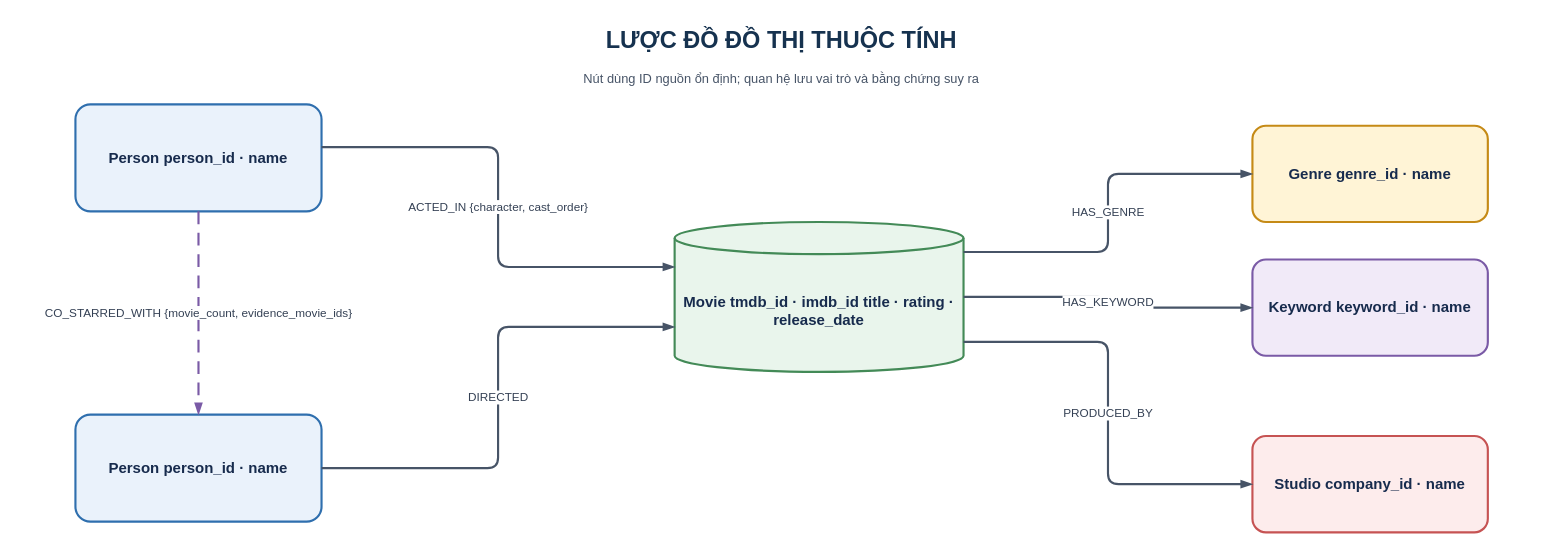
The draw.io diagram report_latex/images/sources/property_graph_schema.drawio in khanhhk/advanced_database, before the edit. Source tidied: cells renumbered, new cells numbered last; positions are measured from the earlier drawing's top-left corner, leaving out a move shared by most shapes. Both pictures are drawn from the tidied source at 107%, with x=0, y=0 at pixel (21, 18).
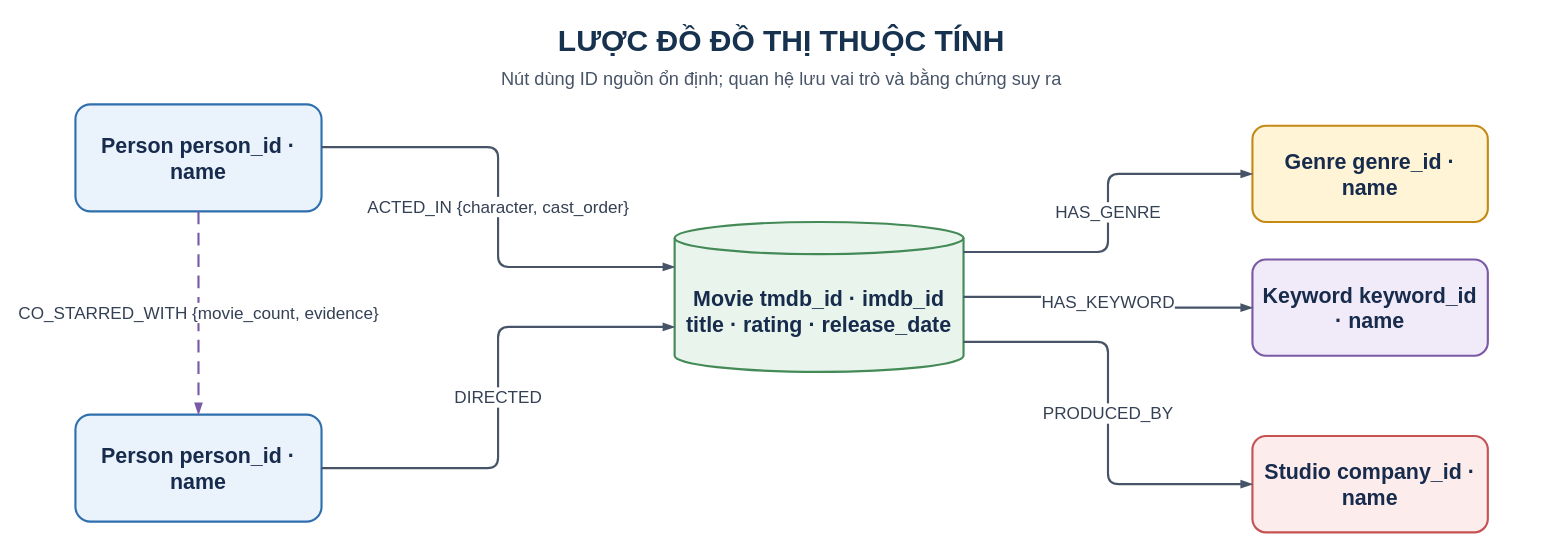
Above is the later version.

Change to the diagram source:
```diff
@@
 <mxGraphModel background="#FFFFFF">
   <root>
     <mxCell id="0" />
     <mxCell id="1" parent="0" />
-    <mxCell id="2" value="LƯỢC ĐỒ ĐỒ THỊ THUỘC TÍNH" style="text;html=1;whiteSpace=wrap;align=center;verticalAlign=middle;fontFamily=Helvetica;fontSize=22;fontColor=#16324F;fontStyle=1;" parent="1" vertex="1">
+    <mxCell id="2" value="LƯỢC ĐỒ ĐỒ THỊ THUỘC TÍNH" style="text;html=1;whiteSpace=wrap;align=center;verticalAlign=middle;fontFamily=Helvetica;fontSize=28;fontColor=#16324F;fontStyle=1;" parent="1" vertex="1">
       <mxGeometry width="1420" height="42" as="geometry" />
     </mxCell>
-    <mxCell id="3" value="Nút dùng ID nguồn ổn định; quan hệ lưu vai trò và bằng chứng suy ra" style="text;html=1;whiteSpace=wrap;align=center;verticalAlign=middle;fontFamily=Helvetica;fontSize=12;fontColor=#475467;" parent="1" vertex="1">
+    <mxCell id="3" value="Nút dùng ID nguồn ổn định; quan hệ lưu vai trò và bằng chứng suy ra" style="text;html=1;whiteSpace=wrap;align=center;verticalAlign=middle;fontFamily=Helvetica;fontSize=17;fontColor=#475467;" parent="1" vertex="1">
       <mxGeometry y="42" width="1420" height="30" as="geometry" />
     </mxCell>
-    <mxCell id="4" value="Movie tmdb_id · imdb_id title · rating · release_date" style="shape=cylinder3;boundedLbl=1;whiteSpace=wrap;html=1;align=center;verticalAlign=middle;spacing=8;fontFamily=Helvetica;fontSize=14;fontColor=#172B4D;fillColor=#E9F5EC;strokeColor=#438A57;strokeWidth=2;fontStyle=1;" parent="1" vertex="1">
+    <mxCell id="4" value="Movie tmdb_id · imdb_id title · rating · release_date" style="shape=cylinder3;boundedLbl=1;whiteSpace=wrap;html=1;align=center;verticalAlign=middle;spacing=8;fontFamily=Helvetica;fontSize=20;fontColor=#172B4D;fillColor=#E9F5EC;strokeColor=#438A57;strokeWidth=2;fontStyle=1;" parent="1" vertex="1">
       <mxGeometry x="610" y="190" width="270" height="140" as="geometry" />
     </mxCell>
-    <mxCell id="5" value="Person person_id · name" style="rounded=1;arcSize=14;whiteSpace=wrap;html=1;align=center;verticalAlign=middle;spacing=8;fontFamily=Helvetica;fontSize=14;fontColor=#172B4D;fillColor=#EAF2FB;strokeColor=#2F6FAE;strokeWidth=2;fontStyle=1;" parent="1" vertex="1">
+    <mxCell id="5" value="Person person_id · name" style="rounded=1;arcSize=14;whiteSpace=wrap;html=1;align=center;verticalAlign=middle;spacing=8;fontFamily=Helvetica;fontSize=20;fontColor=#172B4D;fillColor=#EAF2FB;strokeColor=#2F6FAE;strokeWidth=2;fontStyle=1;" parent="1" vertex="1">
       <mxGeometry x="50" y="80" width="230" height="100" as="geometry" />
     </mxCell>
-    <mxCell id="6" value="Person person_id · name" style="rounded=1;arcSize=14;whiteSpace=wrap;html=1;align=center;verticalAlign=middle;spacing=8;fontFamily=Helvetica;fontSize=14;fontColor=#172B4D;fillColor=#EAF2FB;strokeColor=#2F6FAE;strokeWidth=2;fontStyle=1;" parent="1" vertex="1">
+    <mxCell id="6" value="Person person_id · name" style="rounded=1;arcSize=14;whiteSpace=wrap;html=1;align=center;verticalAlign=middle;spacing=8;fontFamily=Helvetica;fontSize=20;fontColor=#172B4D;fillColor=#EAF2FB;strokeColor=#2F6FAE;strokeWidth=2;fontStyle=1;" parent="1" vertex="1">
       <mxGeometry x="50" y="370" width="230" height="100" as="geometry" />
     </mxCell>
-    <mxCell id="7" value="Genre genre_id · name" style="rounded=1;arcSize=14;whiteSpace=wrap;html=1;align=center;verticalAlign=middle;spacing=8;fontFamily=Helvetica;fontSize=14;fontColor=#172B4D;fillColor=#FFF4D6;strokeColor=#C58A16;strokeWidth=2;fontStyle=1;" parent="1" vertex="1">
+    <mxCell id="7" value="Genre genre_id · name" style="rounded=1;arcSize=14;whiteSpace=wrap;html=1;align=center;verticalAlign=middle;spacing=8;fontFamily=Helvetica;fontSize=20;fontColor=#172B4D;fillColor=#FFF4D6;strokeColor=#C58A16;strokeWidth=2;fontStyle=1;" parent="1" vertex="1">
       <mxGeometry x="1150" y="100" width="220" height="90" as="geometry" />
     </mxCell>
-    <mxCell id="8" value="Keyword keyword_id · name" style="rounded=1;arcSize=14;whiteSpace=wrap;html=1;align=center;verticalAlign=middle;spacing=8;fontFamily=Helvetica;fontSize=14;fontColor=#172B4D;fillColor=#F1EAF8;strokeColor=#7A5AA6;strokeWidth=2;fontStyle=1;" parent="1" vertex="1">
+    <mxCell id="8" value="Keyword keyword_id · name" style="rounded=1;arcSize=14;whiteSpace=wrap;html=1;align=center;verticalAlign=middle;spacing=8;fontFamily=Helvetica;fontSize=20;fontColor=#172B4D;fillColor=#F1EAF8;strokeColor=#7A5AA6;strokeWidth=2;fontStyle=1;" parent="1" vertex="1">
       <mxGeometry x="1150" y="225" width="220" height="90" as="geometry" />
     </mxCell>
-    <mxCell id="9" value="Studio company_id · name" style="rounded=1;arcSize=14;whiteSpace=wrap;html=1;align=center;verticalAlign=middle;spacing=8;fontFamily=Helvetica;fontSize=14;fontColor=#172B4D;fillColor=#FDECEC;strokeColor=#C65353;strokeWidth=2;fontStyle=1;" parent="1" vertex="1">
+    <mxCell id="9" value="Studio company_id · name" style="rounded=1;arcSize=14;whiteSpace=wrap;html=1;align=center;verticalAlign=middle;spacing=8;fontFamily=Helvetica;fontSize=20;fontColor=#172B4D;fillColor=#FDECEC;strokeColor=#C65353;strokeWidth=2;fontStyle=1;" parent="1" vertex="1">
       <mxGeometry x="1150" y="390" width="220" height="90" as="geometry" />
     </mxCell>
-    <mxCell id="10" value="ACTED_IN {character, cast_order}" style="edgeStyle=orthogonalEdgeStyle;rounded=1;jettySize=auto;html=1;strokeColor=#475467;strokeWidth=2;endArrow=blockThin;endFill=1;fontFamily=Helvetica;fontSize=11;fontColor=#344054;labelBackgroundColor=#FFFFFF;exitX=1;exitY=0.4;exitDx=0;exitDy=0;entryX=0;entryY=0.3;entryDx=0;entryDy=0;" parent="1" edge="1" source="5" target="4">
+    <mxCell id="10" value="ACTED_IN {character, cast_order}" style="edgeStyle=orthogonalEdgeStyle;rounded=1;jettySize=auto;html=1;strokeColor=#475467;strokeWidth=2;endArrow=blockThin;endFill=1;fontFamily=Helvetica;fontSize=16;fontColor=#344054;labelBackgroundColor=#FFFFFF;exitX=1;exitY=0.4;exitDx=0;exitDy=0;entryX=0;entryY=0.3;entryDx=0;entryDy=0;" parent="1" edge="1" source="5" target="4">
       <mxGeometry relative="1" as="geometry" />
     </mxCell>
-    <mxCell id="11" value="DIRECTED" style="edgeStyle=orthogonalEdgeStyle;rounded=1;jettySize=auto;html=1;strokeColor=#475467;strokeWidth=2;endArrow=blockThin;endFill=1;fontFamily=Helvetica;fontSize=11;fontColor=#344054;labelBackgroundColor=#FFFFFF;exitX=1;exitY=0.5;exitDx=0;exitDy=0;entryX=0;entryY=0.7;entryDx=0;entryDy=0;" parent="1" edge="1" source="6" target="4">
+    <mxCell id="11" value="DIRECTED" style="edgeStyle=orthogonalEdgeStyle;rounded=1;jettySize=auto;html=1;strokeColor=#475467;strokeWidth=2;endArrow=blockThin;endFill=1;fontFamily=Helvetica;fontSize=16;fontColor=#344054;labelBackgroundColor=#FFFFFF;exitX=1;exitY=0.5;exitDx=0;exitDy=0;entryX=0;entryY=0.7;entryDx=0;entryDy=0;" parent="1" edge="1" source="6" target="4">
       <mxGeometry relative="1" as="geometry" />
     </mxCell>
-    <mxCell id="12" value="HAS_GENRE" style="edgeStyle=orthogonalEdgeStyle;rounded=1;jettySize=auto;html=1;strokeColor=#475467;strokeWidth=2;endArrow=blockThin;endFill=1;fontFamily=Helvetica;fontSize=11;fontColor=#344054;labelBackgroundColor=#FFFFFF;exitX=1;exitY=0.2;exitDx=0;exitDy=0;entryX=0;entryY=0.5;entryDx=0;entryDy=0;" parent="1" edge="1" source="4" target="7">
+    <mxCell id="12" value="HAS_GENRE" style="edgeStyle=orthogonalEdgeStyle;rounded=1;jettySize=auto;html=1;strokeColor=#475467;strokeWidth=2;endArrow=blockThin;endFill=1;fontFamily=Helvetica;fontSize=16;fontColor=#344054;labelBackgroundColor=#FFFFFF;exitX=1;exitY=0.2;exitDx=0;exitDy=0;entryX=0;entryY=0.5;entryDx=0;entryDy=0;" parent="1" edge="1" source="4" target="7">
       <mxGeometry relative="1" as="geometry" />
     </mxCell>
-    <mxCell id="13" value="HAS_KEYWORD" style="edgeStyle=orthogonalEdgeStyle;rounded=1;jettySize=auto;html=1;strokeColor=#475467;strokeWidth=2;endArrow=blockThin;endFill=1;fontFamily=Helvetica;fontSize=11;fontColor=#344054;labelBackgroundColor=#FFFFFF;exitX=1;exitY=0.5;exitDx=0;exitDy=0;entryX=0;entryY=0.5;entryDx=0;entryDy=0;" parent="1" edge="1" source="4" target="8">
+    <mxCell id="13" value="HAS_KEYWORD" style="edgeStyle=orthogonalEdgeStyle;rounded=1;jettySize=auto;html=1;strokeColor=#475467;strokeWidth=2;endArrow=blockThin;endFill=1;fontFamily=Helvetica;fontSize=16;fontColor=#344054;labelBackgroundColor=#FFFFFF;exitX=1;exitY=0.5;exitDx=0;exitDy=0;entryX=0;entryY=0.5;entryDx=0;entryDy=0;" parent="1" edge="1" source="4" target="8">
       <mxGeometry relative="1" as="geometry" />
     </mxCell>
-    <mxCell id="14" value="PRODUCED_BY" style="edgeStyle=orthogonalEdgeStyle;rounded=1;jettySize=auto;html=1;strokeColor=#475467;strokeWidth=2;endArrow=blockThin;endFill=1;fontFamily=Helvetica;fontSize=11;fontColor=#344054;labelBackgroundColor=#FFFFFF;exitX=1;exitY=0.8;exitDx=0;exitDy=0;entryX=0;entryY=0.5;entryDx=0;entryDy=0;" parent="1" edge="1" source="4" target="9">
+    <mxCell id="14" value="PRODUCED_BY" style="edgeStyle=orthogonalEdgeStyle;rounded=1;jettySize=auto;html=1;strokeColor=#475467;strokeWidth=2;endArrow=blockThin;endFill=1;fontFamily=Helvetica;fontSize=16;fontColor=#344054;labelBackgroundColor=#FFFFFF;exitX=1;exitY=0.8;exitDx=0;exitDy=0;entryX=0;entryY=0.5;entryDx=0;entryDy=0;" parent="1" edge="1" source="4" target="9">
       <mxGeometry relative="1" as="geometry" />
     </mxCell>
-    <mxCell id="15" value="CO_STARRED_WITH {movie_count, evidence_movie_ids}" style="edgeStyle=orthogonalEdgeStyle;rounded=1;jettySize=auto;html=1;strokeColor=#7A5AA6;strokeWidth=2;endArrow=blockThin;endFill=1;fontFamily=Helvetica;fontSize=11;fontColor=#344054;labelBackgroundColor=#FFFFFF;exitX=0.5;exitY=1;exitDx=0;exitDy=0;entryX=0.5;entryY=0;entryDx=0;entryDy=0;dashed=1;dashPattern=6 4;" parent="1" edge="1" source="5" target="6">
+    <mxCell id="15" value="CO_STARRED_WITH {movie_count, evidence}" style="edgeStyle=orthogonalEdgeStyle;rounded=1;jettySize=auto;html=1;strokeColor=#7A5AA6;strokeWidth=2;endArrow=blockThin;endFill=1;fontFamily=Helvetica;fontSize=16;fontColor=#344054;labelBackgroundColor=#FFFFFF;exitX=0.5;exitY=1;exitDx=0;exitDy=0;entryX=0.5;entryY=0;entryDx=0;entryDy=0;dashed=1;dashPattern=6 4;" parent="1" edge="1" source="5" target="6">
       <mxGeometry relative="1" as="geometry" />
     </mxCell>
   </root>
 </mxGraphModel>
```
